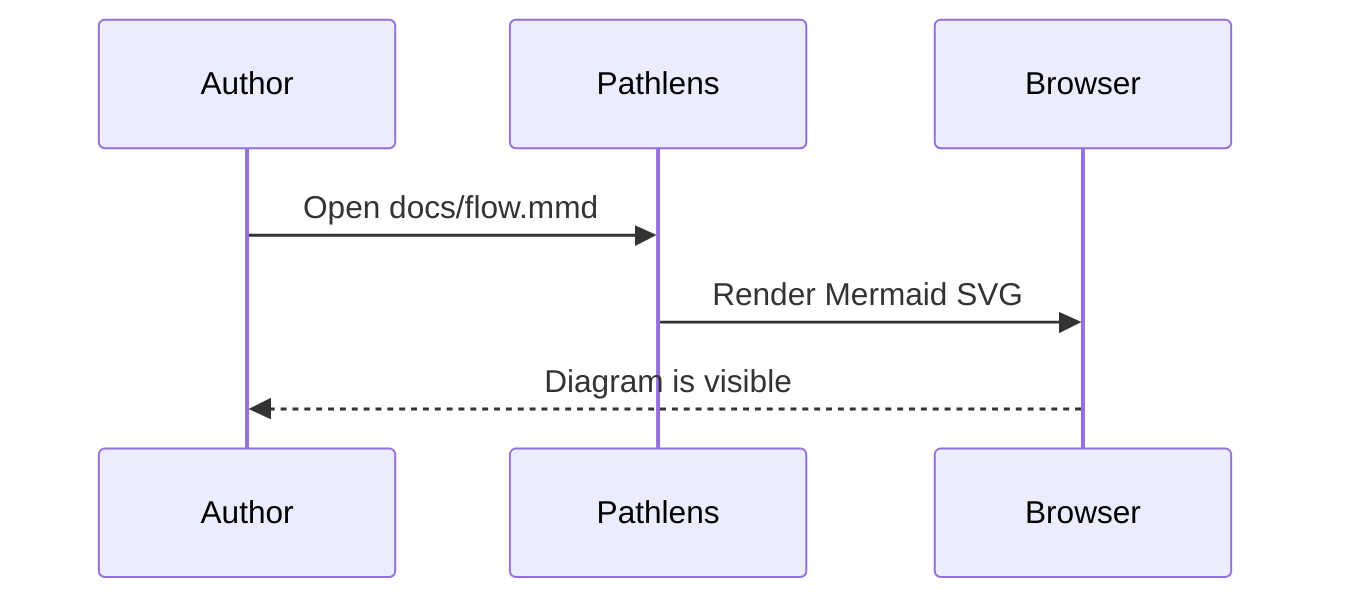
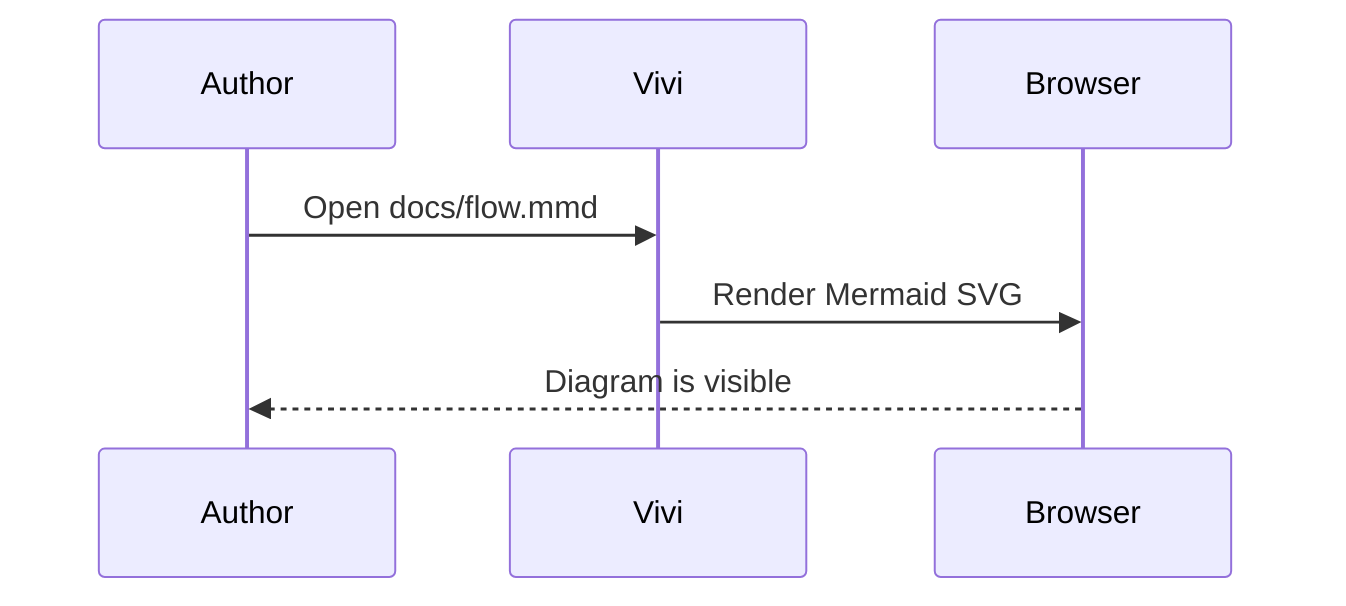
sequenceDiagram
  participant Author
-   participant Pathlens
+   participant Vivi
  participant Browser
-   Author->>Pathlens: Open docs/flow.mmd
-   Pathlens->>Browser: Render Mermaid SVG
+   Author->>Vivi: Open docs/flow.mmd
+   Vivi->>Browser: Render Mermaid SVG
  Browser-->>Author: Diagram is visible
